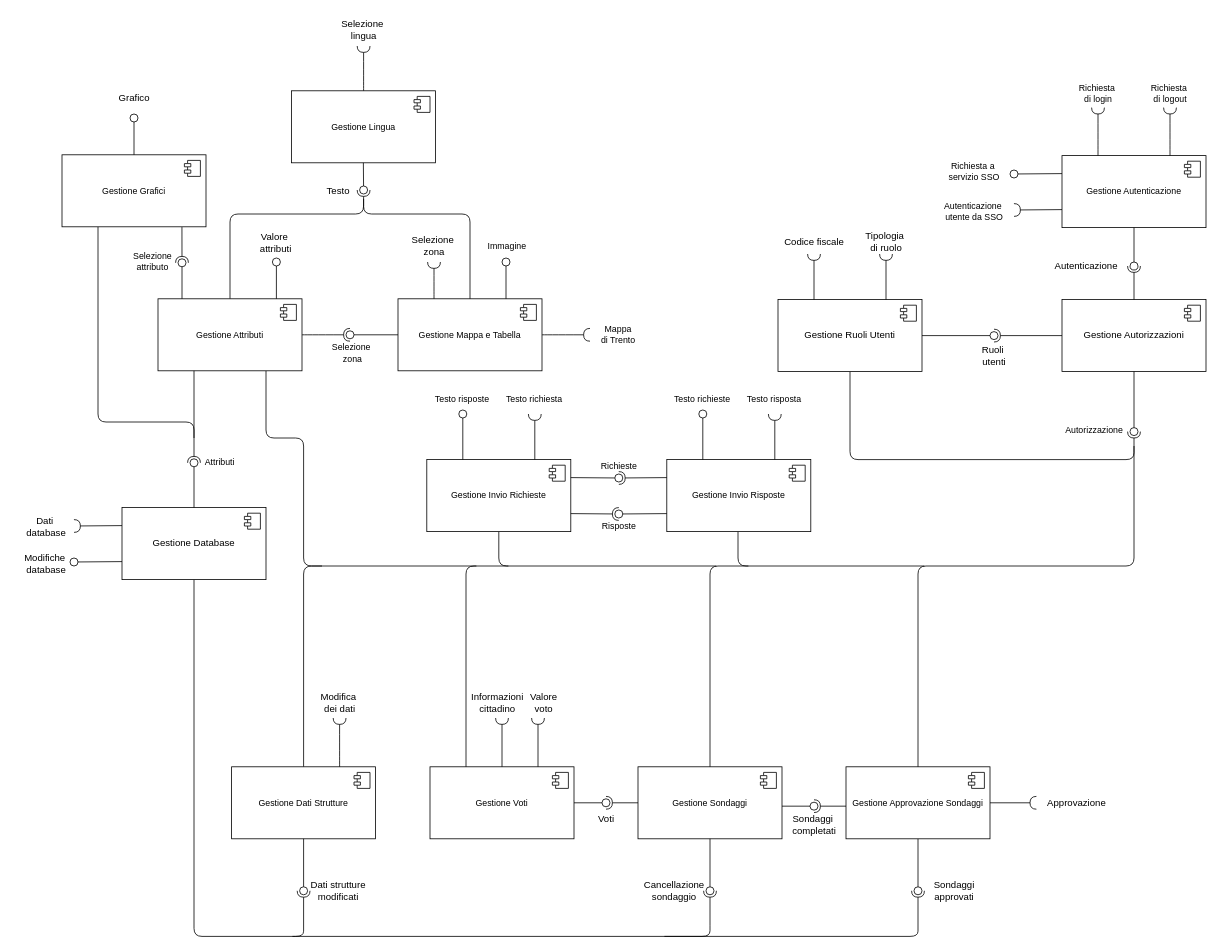
The draw.io diagram page "Page-4" (1 of 4) of deliverable/images/ComponentDiagrams/ComponentDiagram.drawio in lucafano04/progettoIngenieriaSoftware, before the edit. Source tidied: cells renumbered, new cells numbered last; positions are measured from the earlier drawing's top-left corner, leaving out a move shared by most shapes. Both pictures are drawn from the tidied source at 80%, with x=0, y=0 at pixel (14, 14).
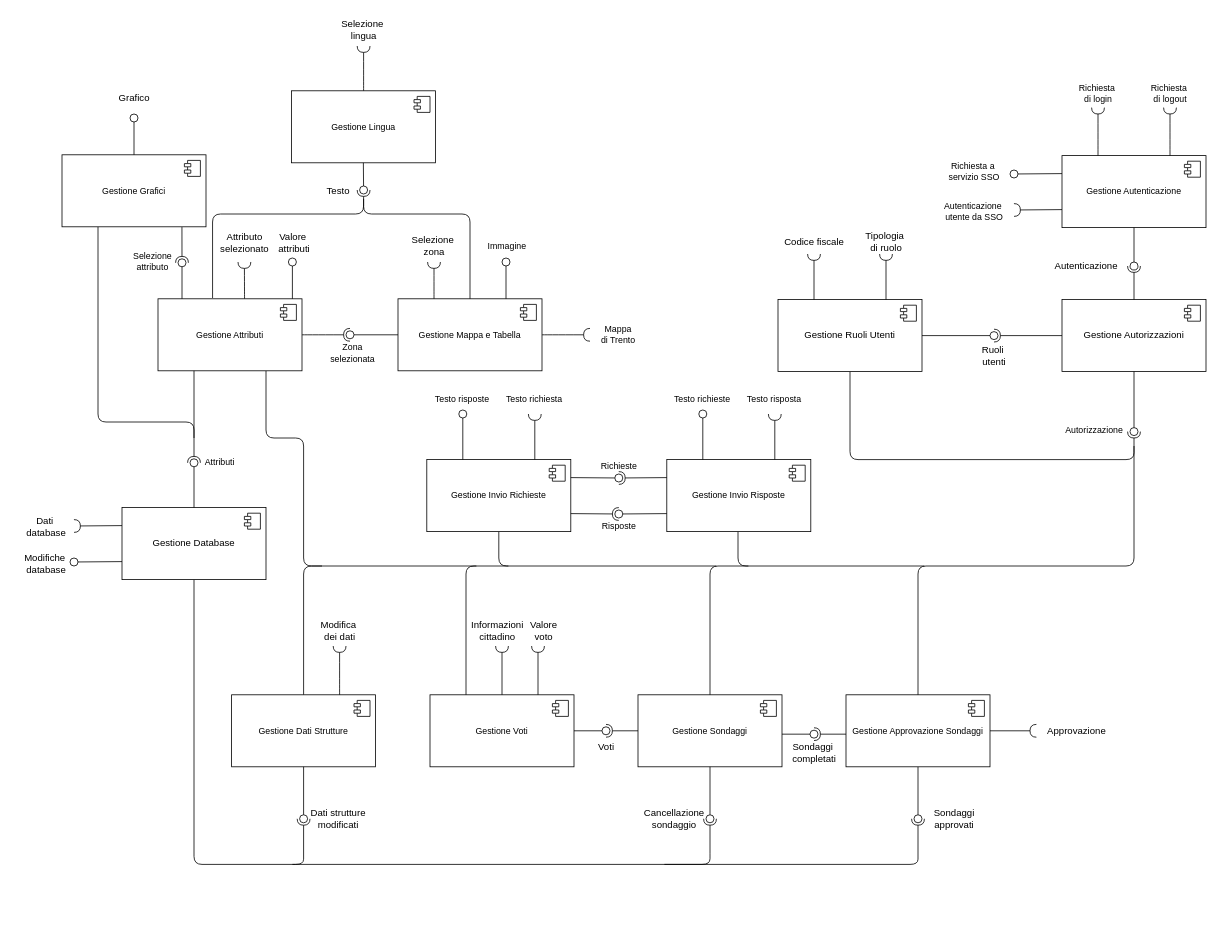
After the change.

Commit message (it also covers changes not shown here):
updated diagrams, corrected D2 UseCase definition text

The change refers to these unchanged cells:
```xml
<mxCell id="3" value="Gestione Database" style="html=1;whiteSpace=wrap;" parent="1" vertex="1">
  <mxGeometry x="135" y="617" width="180" height="90" as="geometry" />
</mxCell>
<mxCell id="17" value="Gestione Attributi" style="html=1;whiteSpace=wrap;fontFamily=Helvetica;fontSize=11;fontColor=default;labelBackgroundColor=default;" parent="1" vertex="1">
  <mxGeometry x="180" y="356" width="180" height="90" as="geometry" />
</mxCell>
```

What changed in the source:
```diff
@@
     <mxCell id="2" style="edgeStyle=orthogonalEdgeStyle;rounded=1;jettySize=auto;html=1;curved=0;endArrow=none;startFill=0;exitX=0.5;exitY=1;exitDx=0;exitDy=0;" parent="1" edge="1" source="3">
       <mxGeometry relative="1" as="geometry">
-        <mxPoint x="362" y="1140" as="targetPoint" />
+        <mxPoint x="362" y="1050" as="targetPoint" />
         <Array as="points">
-          <mxPoint x="225" y="1153" />
-          <mxPoint x="362" y="1153" />
+          <mxPoint x="225" y="1063" />
+          <mxPoint x="362" y="1063" />
         </Array>
       </mxGeometry>
     </mxCell>
@@
-    <mxCell id="10" style="ellipse;whiteSpace=wrap;html=1;align=center;fillColor=none;strokeColor=none;perimeter=centerPerimeter;fontFamily=Helvetica;fontSize=11;fontColor=default;labelBackgroundColor=default;" parent="1" vertex="1">
-      <mxGeometry x="125" y="404" width="10" height="10" as="geometry" />
-    </mxCell>
-    <mxCell id="11" value="Selezione&amp;nbsp;&lt;div&gt;zona&lt;/div&gt;" style="text;html=1;align=center;verticalAlign=middle;strokeColor=none;fillColor=none;fontFamily=Helvetica;fontSize=11;fontColor=default;labelBackgroundColor=default;" parent="1" vertex="1">
-      <mxGeometry x="388" y="404" width="70" height="40" as="geometry" />
+    <mxCell id="11" value="Zona&lt;div&gt;&lt;span style=&quot;background-color: light-dark(#ffffff, var(--ge-dark-color, #121212)); color: light-dark(rgb(0, 0, 0), rgb(255, 255, 255));&quot;&gt;selezionata&lt;/span&gt;&lt;/div&gt;" style="text;html=1;align=center;verticalAlign=middle;strokeColor=none;fillColor=none;fontFamily=Helvetica;fontSize=11;fontColor=default;labelBackgroundColor=default;" parent="1" vertex="1">
+      <mxGeometry x="383" y="404" width="80" height="40" as="geometry" />
     </mxCell>
@@
-    <mxCell id="16" style="edgeStyle=orthogonalEdgeStyle;rounded=1;jettySize=auto;html=1;endArrow=halfCircle;endFill=0;curved=0;exitX=0.5;exitY=0;exitDx=0;exitDy=0;" parent="1" edge="1" source="17">
+    <mxCell id="16" style="edgeStyle=orthogonalEdgeStyle;rounded=1;jettySize=auto;html=1;endArrow=halfCircle;endFill=0;curved=0;exitX=0.379;exitY=-0.01;exitDx=0;exitDy=0;exitPerimeter=0;" parent="1" edge="1" source="17">
       <mxGeometry relative="1" as="geometry">
         <mxPoint x="437" y="220" as="targetPoint" />
         <Array as="points">
-          <mxPoint x="270" y="250" />
+          <mxPoint x="248" y="250" />
           <mxPoint x="437" y="250" />
         </Array>
       </mxGeometry>
     </mxCell>
@@
     <mxCell id="66" value="Gestione Sondaggi" style="html=1;whiteSpace=wrap;fontFamily=Helvetica;fontSize=11;fontColor=default;labelBackgroundColor=default;" parent="1" vertex="1">
-      <mxGeometry x="780" y="941" width="180" height="90" as="geometry" />
+      <mxGeometry x="780" y="851" width="180" height="90" as="geometry" />
     </mxCell>
@@
     <mxCell id="71" value="Gestione Voti" style="html=1;whiteSpace=wrap;fontFamily=Helvetica;fontSize=11;fontColor=default;labelBackgroundColor=default;" parent="1" vertex="1">
-      <mxGeometry x="520" y="941" width="180" height="90" as="geometry" />
+      <mxGeometry x="520" y="851" width="180" height="90" as="geometry" />
     </mxCell>
@@
     <mxCell id="74" value="Gestione Dati Strutture" style="html=1;whiteSpace=wrap;fontFamily=Helvetica;fontSize=11;fontColor=default;labelBackgroundColor=default;" parent="1" vertex="1">
-      <mxGeometry x="272" y="941" width="180" height="90" as="geometry" />
+      <mxGeometry x="272" y="851" width="180" height="90" as="geometry" />
     </mxCell>
@@
     <mxCell id="76" style="rounded=0;orthogonalLoop=1;jettySize=auto;html=1;endArrow=halfCircle;endFill=0;endSize=6;strokeWidth=1;sketch=0;" parent="1" edge="1">
       <mxGeometry relative="1" as="geometry">
-        <mxPoint x="1130" y="1140" as="sourcePoint" />
-        <mxPoint x="1130" y="1096" as="targetPoint" />
+        <mxPoint x="1130" y="1050" as="sourcePoint" />
+        <mxPoint x="1130" y="1006" as="targetPoint" />
         <Array as="points">
-          <mxPoint x="1130" y="1120" />
+          <mxPoint x="1130" y="1030" />
         </Array>
       </mxGeometry>
     </mxCell>
     <mxCell id="77" style="rounded=0;orthogonalLoop=1;jettySize=auto;html=1;endArrow=oval;endFill=0;sketch=0;sourcePerimeterSpacing=0;targetPerimeterSpacing=0;endSize=10;exitX=0.25;exitY=1;exitDx=0;exitDy=0;" parent="1" edge="1">
       <mxGeometry relative="1" as="geometry">
-        <mxPoint x="1130" y="1031" as="sourcePoint" />
-        <mxPoint x="1130" y="1096" as="targetPoint" />
+        <mxPoint x="1130" y="941" as="sourcePoint" />
+        <mxPoint x="1130" y="1006" as="targetPoint" />
       </mxGeometry>
     </mxCell>
     <mxCell id="78" style="ellipse;whiteSpace=wrap;html=1;align=center;fillColor=none;strokeColor=none;perimeter=centerPerimeter;" parent="1" vertex="1">
-      <mxGeometry x="820" y="1091" width="10" height="10" as="geometry" />
+      <mxGeometry x="820" y="1001" width="10" height="10" as="geometry" />
     </mxCell>
     <mxCell id="79" style="rounded=0;jettySize=auto;html=1;endArrow=halfCircle;endFill=0;endSize=6;strokeWidth=1;sketch=0;" parent="1" edge="1" target="81">
       <mxGeometry relative="1" as="geometry">
-        <mxPoint x="870" y="1139" as="sourcePoint" />
+        <mxPoint x="870" y="1049" as="sourcePoint" />
       </mxGeometry>
     </mxCell>
@@
     <mxCell id="81" style="ellipse;whiteSpace=wrap;html=1;align=center;fillColor=none;strokeColor=none;perimeter=centerPerimeter;points=[];outlineConnect=1;" parent="1" vertex="1">
-      <mxGeometry x="865" y="1091" width="10" height="10" as="geometry" />
+      <mxGeometry x="865" y="1001" width="10" height="10" as="geometry" />
     </mxCell>
     <mxCell id="82" value="Cancellazione&lt;div&gt;sondaggio&lt;/div&gt;" style="text;html=1;align=center;verticalAlign=middle;strokeColor=none;fillColor=none;" parent="1" vertex="1">
-      <mxGeometry x="775" y="1076" width="100" height="40" as="geometry" />
+      <mxGeometry x="775" y="986" width="100" height="40" as="geometry" />
     </mxCell>
@@
     <mxCell id="85" style="ellipse;whiteSpace=wrap;html=1;align=center;fillColor=none;strokeColor=none;perimeter=centerPerimeter;points=[];outlineConnect=1;" parent="1" vertex="1">
-      <mxGeometry x="735" y="981" width="10" height="10" as="geometry" />
+      <mxGeometry x="735" y="891" width="10" height="10" as="geometry" />
     </mxCell>
     <mxCell id="86" value="Voti" style="text;html=1;align=center;verticalAlign=middle;strokeColor=none;fillColor=none;" parent="1" vertex="1">
-      <mxGeometry x="720" y="991" width="40" height="30" as="geometry" />
+      <mxGeometry x="720" y="901" width="40" height="30" as="geometry" />
     </mxCell>
-    <mxCell id="87" style="ellipse;whiteSpace=wrap;html=1;align=center;fillColor=none;strokeColor=none;perimeter=centerPerimeter;" parent="1" vertex="1">
-      <mxGeometry x="605" y="1091" width="10" height="10" as="geometry" />
-    </mxCell>
     <mxCell id="88" style="rounded=0;jettySize=auto;html=1;endArrow=halfCircle;endFill=0;endSize=6;strokeWidth=1;sketch=0;" parent="1" edge="1" target="90">
       <mxGeometry relative="1" as="geometry">
-        <mxPoint x="362" y="1140" as="sourcePoint" />
+        <mxPoint x="362" y="1050" as="sourcePoint" />
       </mxGeometry>
     </mxCell>
@@
     <mxCell id="90" style="ellipse;whiteSpace=wrap;html=1;align=center;fillColor=none;strokeColor=none;perimeter=centerPerimeter;points=[];outlineConnect=1;" parent="1" vertex="1">
-      <mxGeometry x="357" y="1091" width="10" height="10" as="geometry" />
+      <mxGeometry x="357" y="1001" width="10" height="10" as="geometry" />
     </mxCell>
     <mxCell id="91" value="Dati&amp;nbsp;&lt;span style=&quot;background-color: initial;&quot;&gt;strutture&lt;/span&gt;&lt;div&gt;&lt;span style=&quot;background-color: initial;&quot;&gt;modificati&lt;/span&gt;&lt;/div&gt;" style="text;html=1;align=center;verticalAlign=middle;strokeColor=none;fillColor=none;" parent="1" vertex="1">
-      <mxGeometry x="360" y="1076" width="90" height="40" as="geometry" />
+      <mxGeometry x="360" y="986" width="90" height="40" as="geometry" />
     </mxCell>
     <mxCell id="92" value="Gestione Approvazione Sondaggi" style="html=1;whiteSpace=wrap;fontFamily=Helvetica;fontSize=11;fontColor=default;labelBackgroundColor=default;" parent="1" vertex="1">
-      <mxGeometry x="1040" y="941" width="180" height="90" as="geometry" />
+      <mxGeometry x="1040" y="851" width="180" height="90" as="geometry" />
     </mxCell>
@@
     <mxCell id="109" style="rounded=0;jettySize=auto;html=1;endArrow=halfCircle;endFill=0;endSize=6;strokeWidth=1;sketch=0;exitX=0.5;exitY=0;exitDx=0;exitDy=0;" parent="1" edge="1" source="71">
       <mxGeometry relative="1" as="geometry">
-        <mxPoint x="610" y="880" as="targetPoint" />
+        <mxPoint x="610" y="790" as="targetPoint" />
       </mxGeometry>
     </mxCell>
     <mxCell id="110" style="rounded=0;jettySize=auto;html=1;endArrow=halfCircle;endFill=0;endSize=6;strokeWidth=1;sketch=0;exitX=0.75;exitY=0;exitDx=0;exitDy=0;" parent="1" edge="1" source="71">
       <mxGeometry relative="1" as="geometry">
-        <mxPoint x="655" y="880" as="targetPoint" />
+        <mxPoint x="655" y="790" as="targetPoint" />
       </mxGeometry>
     </mxCell>
     <mxCell id="111" value="Informazioni&lt;div&gt;cittadino&lt;/div&gt;" style="text;html=1;align=center;verticalAlign=middle;strokeColor=none;fillColor=none;" parent="1" vertex="1">
-      <mxGeometry x="559" y="841" width="90" height="40" as="geometry" />
+      <mxGeometry x="559" y="751" width="90" height="40" as="geometry" />
     </mxCell>
     <mxCell id="112" value="Valore&lt;div&gt;voto&lt;/div&gt;" style="text;html=1;align=center;verticalAlign=middle;strokeColor=none;fillColor=none;" parent="1" vertex="1">
-      <mxGeometry x="632" y="841" width="60" height="40" as="geometry" />
+      <mxGeometry x="632" y="751" width="60" height="40" as="geometry" />
     </mxCell>
     <mxCell id="113" style="rounded=0;jettySize=auto;html=1;endArrow=halfCircle;endFill=0;endSize=6;strokeWidth=1;sketch=0;fontSize=12;curved=1;exitX=0.75;exitY=0;exitDx=0;exitDy=0;" parent="1" edge="1" source="74">
       <mxGeometry relative="1" as="geometry">
-        <mxPoint x="407" y="880" as="targetPoint" />
+        <mxPoint x="407" y="790" as="targetPoint" />
       </mxGeometry>
     </mxCell>
     <mxCell id="114" style="ellipse;whiteSpace=wrap;html=1;align=center;fillColor=none;strokeColor=none;perimeter=centerPerimeter;" parent="1" vertex="1">
-      <mxGeometry x="435" y="876" width="10" height="10" as="geometry" />
+      <mxGeometry x="435" y="786" width="10" height="10" as="geometry" />
     </mxCell>
     <mxCell id="115" value="Modifica&amp;nbsp;&lt;div&gt;dei dati&lt;/div&gt;" style="text;html=1;align=center;verticalAlign=middle;strokeColor=none;fillColor=none;" parent="1" vertex="1">
-      <mxGeometry x="372" y="841" width="70" height="40" as="geometry" />
+      <mxGeometry x="372" y="751" width="70" height="40" as="geometry" />
     </mxCell>
@@
     <mxCell id="122" style="edgeStyle=orthogonalEdgeStyle;rounded=1;orthogonalLoop=1;jettySize=auto;html=1;curved=0;endArrow=none;startFill=0;" parent="1" edge="1">
       <mxGeometry relative="1" as="geometry">
-        <mxPoint x="348" y="1153" as="sourcePoint" />
-        <mxPoint x="1130" y="1140" as="targetPoint" />
+        <mxPoint x="348" y="1063" as="sourcePoint" />
+        <mxPoint x="1130" y="1050" as="targetPoint" />
         <Array as="points">
-          <mxPoint x="1130" y="1153" />
+          <mxPoint x="1130" y="1063" />
         </Array>
       </mxGeometry>
     </mxCell>
     <mxCell id="123" style="edgeStyle=orthogonalEdgeStyle;rounded=1;orthogonalLoop=1;jettySize=auto;html=1;curved=0;endArrow=none;startFill=0;" parent="1" edge="1">
       <mxGeometry relative="1" as="geometry">
-        <mxPoint x="813" y="1153" as="sourcePoint" />
-        <mxPoint x="870" y="1139" as="targetPoint" />
+        <mxPoint x="813" y="1063" as="sourcePoint" />
+        <mxPoint x="870" y="1049" as="targetPoint" />
         <Array as="points">
-          <mxPoint x="870" y="1153" />
+          <mxPoint x="870" y="1063" />
         </Array>
       </mxGeometry>
     </mxCell>
@@
     <mxCell id="129" style="rounded=0;orthogonalLoop=1;jettySize=auto;html=1;endArrow=oval;endFill=0;sourcePerimeterSpacing=0;targetPerimeterSpacing=0;endSize=10;exitX=0.75;exitY=0;exitDx=0;exitDy=0;" parent="1" edge="1">
       <mxGeometry relative="1" as="geometry">
-        <mxPoint x="328" y="356" as="sourcePoint" />
-        <mxPoint x="328" y="310" as="targetPoint" />
+        <mxPoint x="348" y="356" as="sourcePoint" />
+        <mxPoint x="348" y="310" as="targetPoint" />
       </mxGeometry>
     </mxCell>
     <mxCell id="130" value="Valore&amp;nbsp;&lt;div&gt;attributi&lt;/div&gt;" style="text;html=1;align=center;verticalAlign=middle;strokeColor=none;fillColor=none;" parent="1" vertex="1">
-      <mxGeometry x="297" y="266" width="60" height="40" as="geometry" />
+      <mxGeometry x="320" y="266" width="60" height="40" as="geometry" />
     </mxCell>
@@
     <mxCell id="133" value="Sondaggi&amp;nbsp;&lt;div&gt;completati&lt;/div&gt;" style="text;html=1;align=center;verticalAlign=middle;strokeColor=none;fillColor=none;" parent="1" vertex="1">
-      <mxGeometry x="960" y="993" width="80" height="40" as="geometry" />
+      <mxGeometry x="960" y="903" width="80" height="40" as="geometry" />
     </mxCell>
     <mxCell id="134" style="rounded=0;jettySize=auto;html=1;endArrow=halfCircle;endFill=0;endSize=6;strokeWidth=1;sketch=0;exitX=1;exitY=0.5;exitDx=0;exitDy=0;" parent="1" edge="1" source="92">
       <mxGeometry relative="1" as="geometry">
-        <mxPoint x="1278" y="986" as="targetPoint" />
+        <mxPoint x="1278" y="896" as="targetPoint" />
       </mxGeometry>
     </mxCell>
     <mxCell id="135" value="Approvazione" style="text;html=1;align=center;verticalAlign=middle;strokeColor=none;fillColor=none;" parent="1" vertex="1">
-      <mxGeometry x="1278" y="971" width="100" height="30" as="geometry" />
+      <mxGeometry x="1278" y="881" width="100" height="30" as="geometry" />
     </mxCell>
     <mxCell id="136" value="Sondaggi&lt;div&gt;approvati&lt;/div&gt;" style="text;html=1;align=center;verticalAlign=middle;strokeColor=none;fillColor=none;" parent="1" vertex="1">
-      <mxGeometry x="1140" y="1076" width="70" height="40" as="geometry" />
+      <mxGeometry x="1140" y="986" width="70" height="40" as="geometry" />
     </mxCell>
     <mxCell id="137" style="rounded=0;orthogonalLoop=1;jettySize=auto;html=1;endArrow=halfCircle;endFill=0;endSize=6;strokeWidth=1;sketch=0;exitX=0;exitY=0.5;exitDx=0;exitDy=0;" parent="1" edge="1">
       <mxGeometry relative="1" as="geometry">
-        <mxPoint x="1040" y="990.2" as="sourcePoint" />
-        <mxPoint x="1000" y="990.2" as="targetPoint" />
+        <mxPoint x="1040" y="900.2" as="sourcePoint" />
+        <mxPoint x="1000" y="900.2" as="targetPoint" />
       </mxGeometry>
     </mxCell>
     <mxCell id="138" style="rounded=0;orthogonalLoop=1;jettySize=auto;html=1;endArrow=oval;endFill=0;sketch=0;sourcePerimeterSpacing=0;targetPerimeterSpacing=0;endSize=10;exitX=1;exitY=0.5;exitDx=0;exitDy=0;" parent="1" edge="1">
       <mxGeometry relative="1" as="geometry">
-        <mxPoint x="960" y="990.2" as="sourcePoint" />
-        <mxPoint x="1000" y="990.2" as="targetPoint" />
+        <mxPoint x="960" y="900.2" as="sourcePoint" />
+        <mxPoint x="1000" y="900.2" as="targetPoint" />
       </mxGeometry>
     </mxCell>
@@
+    <mxCell id="141" style="rounded=0;jettySize=auto;html=1;endArrow=halfCircle;endFill=0;endSize=6;strokeWidth=1;fontSize=12;curved=1;strokeColor=default;align=center;verticalAlign=middle;fontFamily=Helvetica;fontColor=default;labelBackgroundColor=default;edgeStyle=none;sourcePerimeterSpacing=0;targetPerimeterSpacing=0;exitX=0.601;exitY=-0.001;exitDx=0;exitDy=0;exitPerimeter=0;" parent="1" edge="1" source="17">
+      <mxGeometry relative="1" as="geometry">
+        <mxPoint x="288" y="310" as="targetPoint" />
+      </mxGeometry>
+    </mxCell>
+    <mxCell id="142" value="Attributo&lt;div&gt;selezionato&lt;/div&gt;" style="text;html=1;align=center;verticalAlign=middle;strokeColor=none;fillColor=none;" parent="1" vertex="1">
+      <mxGeometry x="248" y="266" width="80" height="40" as="geometry" />
+    </mxCell>
```
